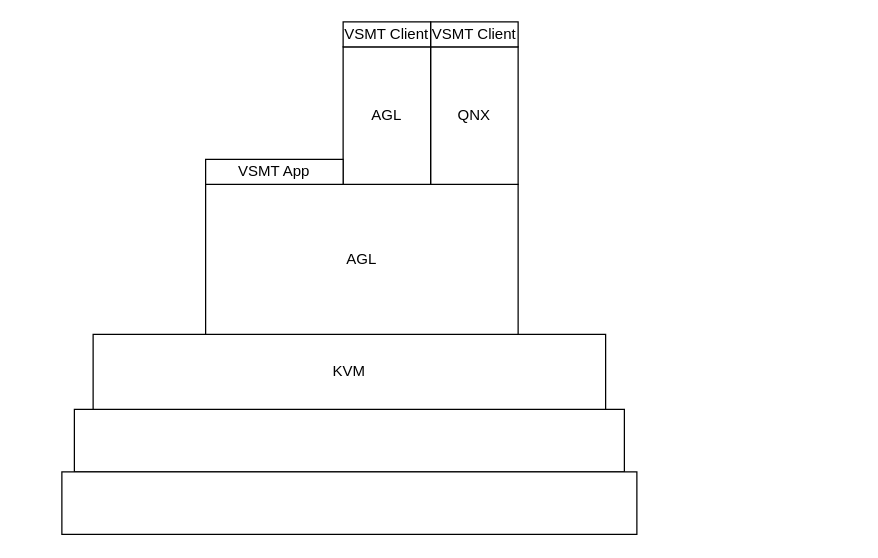
Before: page "Page-12" (12 of 12) of VSMT/docs/swa.drawio in BlackTears12/Thesis-VSMT, a draw.io diagram. Source tidied: cells renumbered, new cells numbered last; positions are measured from the earlier drawing's top-left corner, leaving out a move shared by most shapes. Both pictures are drawn from the tidied source at 125%, with x=0, y=0 at pixel (61, 21).
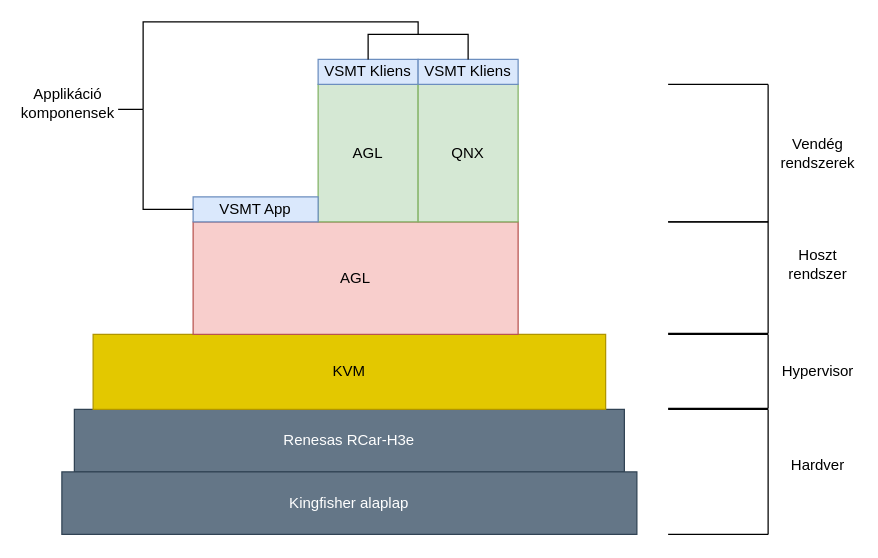
The same diagram, later.

The edit, as a diff of the source:
```diff
@@
-    <mxCell id="2" style="rounded=0;whiteSpace=wrap;html=1;" parent="1" vertex="1">
+    <mxCell id="2" value="Renesas RCar-H3e" style="rounded=0;whiteSpace=wrap;html=1;fillColor=#647687;fontColor=#ffffff;strokeColor=#314354;" parent="1" vertex="1">
       <mxGeometry x="10" y="310" width="440" height="50" as="geometry" />
     </mxCell>
-    <mxCell id="3" style="rounded=0;whiteSpace=wrap;html=1;" parent="1" vertex="1">
+    <mxCell id="3" value="Kingfisher alaplap" style="rounded=0;whiteSpace=wrap;html=1;fillColor=#647687;fontColor=#ffffff;strokeColor=#314354;" parent="1" vertex="1">
       <mxGeometry y="360" width="460" height="50" as="geometry" />
     </mxCell>
-    <mxCell id="4" value="KVM" style="rounded=0;whiteSpace=wrap;html=1;" parent="1" vertex="1">
+    <mxCell id="4" value="KVM" style="rounded=0;whiteSpace=wrap;html=1;fillColor=#e3c800;fontColor=#000000;strokeColor=#B09500;" parent="1" vertex="1">
       <mxGeometry x="25" y="250" width="410" height="60" as="geometry" />
     </mxCell>
+    <mxCell id="11" style="group;" parent="1" vertex="1">
+      <mxGeometry x="105" width="260" height="250" as="geometry" />
+    </mxCell>
-    <mxCell id="5" value="AGL" style="rounded=0;whiteSpace=wrap;html=1;" parent="1" vertex="1">
-      <mxGeometry x="115" y="130" width="250" height="120" as="geometry" />
+    <mxCell id="5" value="AGL" style="rounded=0;whiteSpace=wrap;html=1;fillColor=#f8cecc;strokeColor=#b85450;" parent="11" vertex="1">
+      <mxGeometry y="160" width="260" height="90" as="geometry" />
     </mxCell>
-    <mxCell id="6" value="QNX" style="rounded=0;whiteSpace=wrap;html=1;" parent="1" vertex="1">
-      <mxGeometry x="295" y="20" width="70" height="110" as="geometry" />
-    </mxCell>
-    <mxCell id="7" value="AGL" style="rounded=0;whiteSpace=wrap;html=1;" parent="1" vertex="1">
-      <mxGeometry x="225" y="20" width="70" height="110" as="geometry" />
+    <mxCell id="7" value="AGL" style="rounded=0;whiteSpace=wrap;html=1;fillColor=#d5e8d4;strokeColor=#82b366;" parent="11" vertex="1">
+      <mxGeometry x="100" y="50" width="80" height="110" as="geometry" />
     </mxCell>
-    <mxCell id="8" value="VSMT App" style="rounded=0;whiteSpace=wrap;html=1;" parent="1" vertex="1">
-      <mxGeometry x="115" y="110" width="110" height="20" as="geometry" />
+    <mxCell id="8" value="VSMT App" style="rounded=0;whiteSpace=wrap;html=1;fillColor=#dae8fc;strokeColor=#6c8ebf;" parent="11" vertex="1">
+      <mxGeometry y="140" width="100" height="20" as="geometry" />
     </mxCell>
-    <mxCell id="9" value="VSMT Client" style="rounded=0;whiteSpace=wrap;html=1;" parent="1" vertex="1">
-      <mxGeometry x="295" width="70" height="20" as="geometry" />
-    </mxCell>
-    <mxCell id="10" value="VSMT Client" style="rounded=0;whiteSpace=wrap;html=1;" parent="1" vertex="1">
-      <mxGeometry x="225" width="70" height="20" as="geometry" />
+    <mxCell id="10" value="VSMT Kliens" style="rounded=0;whiteSpace=wrap;html=1;fillColor=#dae8fc;strokeColor=#6c8ebf;" parent="11" vertex="1">
+      <mxGeometry x="100" y="30" width="80" height="20" as="geometry" />
     </mxCell>
+    <mxCell id="6" value="QNX" style="rounded=0;whiteSpace=wrap;html=1;fillColor=#d5e8d4;strokeColor=#82b366;" parent="11" vertex="1">
+      <mxGeometry x="180" y="50" width="80" height="110" as="geometry" />
+    </mxCell>
+    <mxCell id="12" value="VSMT Kliens" style="rounded=0;whiteSpace=wrap;html=1;fillColor=#dae8fc;strokeColor=#6c8ebf;" parent="11" vertex="1">
+      <mxGeometry x="180" y="30" width="80" height="20" as="geometry" />
+    </mxCell>
+    <mxCell id="13" style="endArrow=none;html=1;rounded=0;exitX=0.5;exitY=0;exitDx=0;exitDy=0;entryX=0.5;entryY=0;entryDx=0;entryDy=0;" parent="11" edge="1" source="10" target="12">
+      <mxGeometry relative="1" as="geometry">
+        <Array as="points">
+          <mxPoint x="140" y="10" />
+          <mxPoint x="220" y="10" />
+        </Array>
+      </mxGeometry>
+    </mxCell>
+    <mxCell id="14" style="endArrow=none;html=1;rounded=0;" parent="1" edge="1">
+      <mxGeometry relative="1" as="geometry">
+        <mxPoint x="485" y="310" as="sourcePoint" />
+        <mxPoint x="565" y="310" as="targetPoint" />
+      </mxGeometry>
+    </mxCell>
+    <mxCell id="15" style="endArrow=none;html=1;rounded=0;" parent="1" edge="1">
+      <mxGeometry relative="1" as="geometry">
+        <mxPoint x="485" y="410" as="sourcePoint" />
+        <mxPoint x="565" y="410" as="targetPoint" />
+      </mxGeometry>
+    </mxCell>
+    <mxCell id="16" style="endArrow=none;html=1;rounded=0;" parent="1" edge="1">
+      <mxGeometry relative="1" as="geometry">
+        <mxPoint x="565" y="410" as="sourcePoint" />
+        <mxPoint x="565" y="310" as="targetPoint" />
+      </mxGeometry>
+    </mxCell>
+    <mxCell id="17" value="Hardver" style="text;html=1;align=center;verticalAlign=middle;whiteSpace=wrap;rounded=0;" parent="1" vertex="1">
+      <mxGeometry x="575" y="340" width="60" height="30" as="geometry" />
+    </mxCell>
+    <mxCell id="18" style="endArrow=none;html=1;rounded=0;" parent="1" edge="1">
+      <mxGeometry relative="1" as="geometry">
+        <mxPoint x="485" y="250" as="sourcePoint" />
+        <mxPoint x="565" y="250" as="targetPoint" />
+      </mxGeometry>
+    </mxCell>
+    <mxCell id="19" style="endArrow=none;html=1;rounded=0;" parent="1" edge="1">
+      <mxGeometry relative="1" as="geometry">
+        <mxPoint x="485" y="309.2" as="sourcePoint" />
+        <mxPoint x="565" y="309.2" as="targetPoint" />
+      </mxGeometry>
+    </mxCell>
+    <mxCell id="20" style="endArrow=none;html=1;rounded=0;" parent="1" edge="1">
+      <mxGeometry relative="1" as="geometry">
+        <mxPoint x="565" y="309.2" as="sourcePoint" />
+        <mxPoint x="565" y="250" as="targetPoint" />
+      </mxGeometry>
+    </mxCell>
+    <mxCell id="21" value="Hypervisor" style="text;html=1;align=center;verticalAlign=middle;whiteSpace=wrap;rounded=0;" parent="1" vertex="1">
+      <mxGeometry x="575" y="265" width="60" height="30" as="geometry" />
+    </mxCell>
+    <mxCell id="22" style="endArrow=none;html=1;rounded=0;" parent="1" edge="1">
+      <mxGeometry relative="1" as="geometry">
+        <mxPoint x="485" y="160" as="sourcePoint" />
+        <mxPoint x="565" y="160" as="targetPoint" />
+      </mxGeometry>
+    </mxCell>
+    <mxCell id="23" style="endArrow=none;html=1;rounded=0;" parent="1" edge="1">
+      <mxGeometry relative="1" as="geometry">
+        <mxPoint x="485" y="249.2" as="sourcePoint" />
+        <mxPoint x="565" y="249.2" as="targetPoint" />
+      </mxGeometry>
+    </mxCell>
+    <mxCell id="24" style="endArrow=none;html=1;rounded=0;" parent="1" edge="1">
+      <mxGeometry relative="1" as="geometry">
+        <mxPoint x="565" y="249.2" as="sourcePoint" />
+        <mxPoint x="565" y="160" as="targetPoint" />
+      </mxGeometry>
+    </mxCell>
+    <mxCell id="25" value="Hoszt rendszer" style="text;html=1;align=center;verticalAlign=middle;whiteSpace=wrap;rounded=0;" parent="1" vertex="1">
+      <mxGeometry x="575" y="179.2" width="60" height="30" as="geometry" />
+    </mxCell>
+    <mxCell id="26" style="endArrow=none;html=1;rounded=0;" parent="1" edge="1">
+      <mxGeometry relative="1" as="geometry">
+        <mxPoint x="485" y="50" as="sourcePoint" />
+        <mxPoint x="565" y="50" as="targetPoint" />
+      </mxGeometry>
+    </mxCell>
+    <mxCell id="27" style="endArrow=none;html=1;rounded=0;" parent="1" edge="1">
+      <mxGeometry relative="1" as="geometry">
+        <mxPoint x="485" y="160" as="sourcePoint" />
+        <mxPoint x="565" y="160" as="targetPoint" />
+      </mxGeometry>
+    </mxCell>
+    <mxCell id="28" style="endArrow=none;html=1;rounded=0;" parent="1" edge="1">
+      <mxGeometry relative="1" as="geometry">
+        <mxPoint x="565" y="160" as="sourcePoint" />
+        <mxPoint x="565" y="50" as="targetPoint" />
+      </mxGeometry>
+    </mxCell>
+    <mxCell id="29" value="Vendég rendszerek" style="text;html=1;align=center;verticalAlign=middle;whiteSpace=wrap;rounded=0;" parent="1" vertex="1">
+      <mxGeometry x="575" y="90" width="60" height="30" as="geometry" />
+    </mxCell>
+    <mxCell id="30" style="endArrow=none;html=1;rounded=0;entryX=0;entryY=0.5;entryDx=0;entryDy=0;" parent="1" edge="1" target="8">
+      <mxGeometry relative="1" as="geometry">
+        <mxPoint x="65" y="70" as="sourcePoint" />
+        <Array as="points">
+          <mxPoint x="65" y="150" />
+        </Array>
+      </mxGeometry>
+    </mxCell>
+    <mxCell id="31" style="endArrow=none;html=1;rounded=0;" parent="1" edge="1">
+      <mxGeometry relative="1" as="geometry">
+        <mxPoint x="65" y="70" as="sourcePoint" />
+        <mxPoint x="285" y="10" as="targetPoint" />
+        <Array as="points">
+          <mxPoint x="65" />
+          <mxPoint x="285" />
+        </Array>
+      </mxGeometry>
+    </mxCell>
+    <mxCell id="32" value="Applikáció komponensek" style="text;html=1;align=center;verticalAlign=middle;whiteSpace=wrap;rounded=0;" parent="1" vertex="1">
+      <mxGeometry x="-25" y="50" width="60" height="30" as="geometry" />
+    </mxCell>
+    <mxCell id="33" style="endArrow=none;html=1;rounded=0;" parent="1" edge="1">
+      <mxGeometry relative="1" as="geometry">
+        <mxPoint x="45" y="70" as="sourcePoint" />
+        <mxPoint x="65" y="70" as="targetPoint" />
+      </mxGeometry>
+    </mxCell>
```
